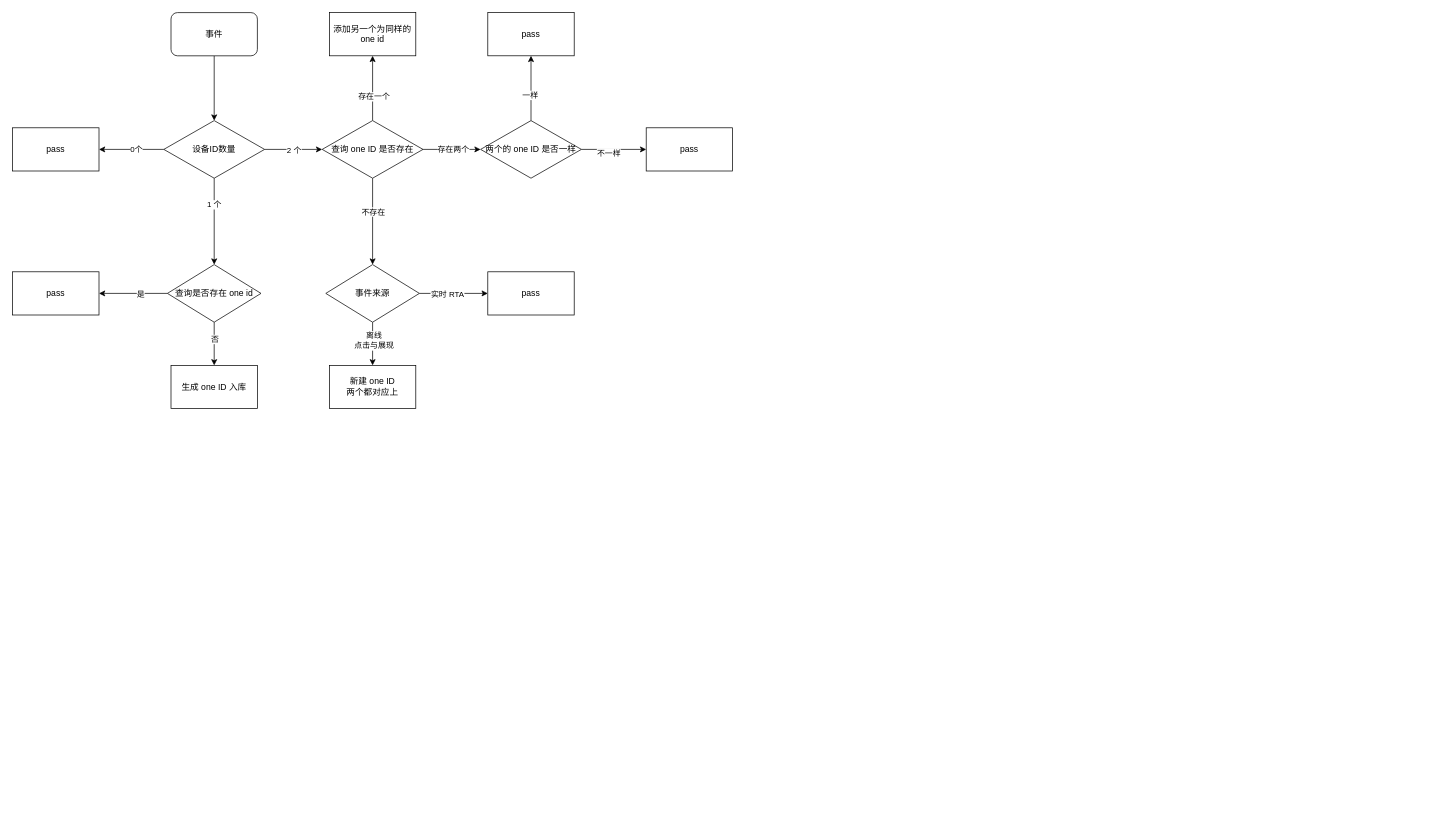
LiErhua/draw.io keeps this draw.io diagram as id-mapping.drawio. Above is the earlier version. Source tidied: cells renumbered, new cells numbered last; positions are measured from the earlier drawing's top-left corner, leaving out a move shared by most shapes. Both pictures are drawn from the tidied source at 72%, with x=0, y=0 at pixel (12, 12).
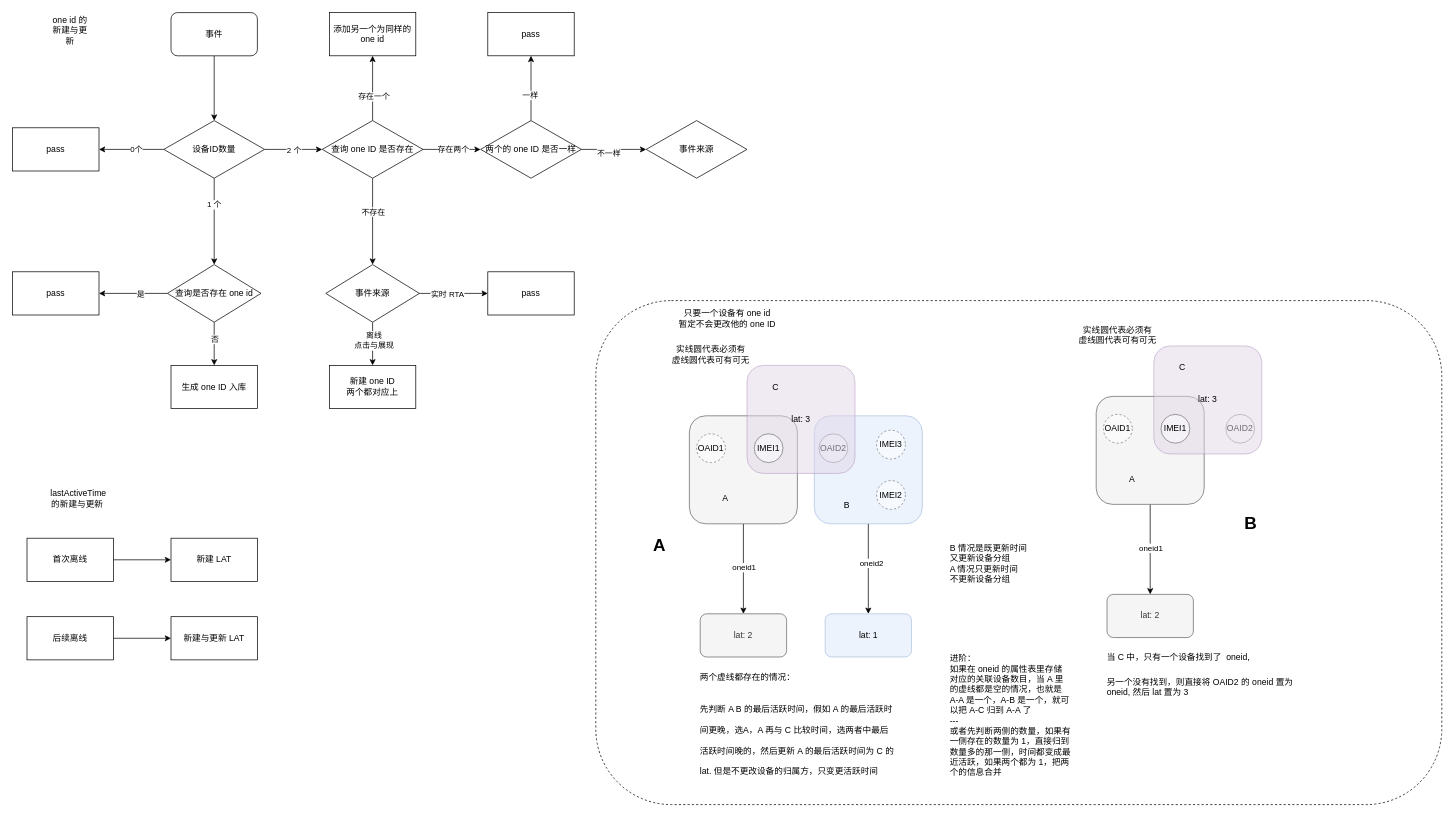
Above is the later version.

The change refers to these unchanged cells:
```xml
<mxCell id="30" value="两个的 one ID 是否一样" style="rhombus;whiteSpace=wrap;html=1;" parent="1" vertex="1">
  <mxGeometry x="650" y="150" width="140" height="80" as="geometry" />
</mxCell>
```

Diff of the diagram source:
```diff
@@
+    <mxCell id="41" style="rounded=1;whiteSpace=wrap;html=1;dashed=1;" parent="1" vertex="1">
+      <mxGeometry x="810" y="400" width="1175" height="700" as="geometry" />
+    </mxCell>
+    <mxCell id="42" style="edgeStyle=orthogonalEdgeStyle;rounded=0;jettySize=auto;html=1;" parent="1" edge="1" source="44" target="62">
+      <mxGeometry relative="1" as="geometry" />
+    </mxCell>
+    <mxCell id="43" value="oneid1" style="edgeLabel;html=1;align=center;verticalAlign=middle;" parent="42" vertex="1">
+      <mxGeometry x="-0.04" relative="1" as="geometry" />
+    </mxCell>
+    <mxCell id="44" style="rounded=1;whiteSpace=wrap;html=1;fillColor=#f5f5f5;fontColor=#333333;strokeColor=#666666;" parent="1" vertex="1">
+      <mxGeometry x="940" y="560" width="150" height="150" as="geometry" />
+    </mxCell>
+    <mxCell id="45" style="edgeStyle=orthogonalEdgeStyle;rounded=0;jettySize=auto;html=1;" parent="1" edge="1" source="47" target="63">
+      <mxGeometry relative="1" as="geometry" />
+    </mxCell>
+    <mxCell id="46" value="oneid2" style="edgeLabel;html=1;align=center;verticalAlign=middle;" parent="45" vertex="1">
+      <mxGeometry x="-0.14" y="4" relative="1" as="geometry" />
+    </mxCell>
+    <mxCell id="47" style="rounded=1;whiteSpace=wrap;html=1;opacity=50;fillColor=#dae8fc;strokeColor=#6c8ebf;" parent="1" vertex="1">
+      <mxGeometry x="1113.5" y="560" width="150" height="150" as="geometry" />
+    </mxCell>
@@
-    <mxCell id="28" style="edgeStyle=orthogonalEdgeStyle;rounded=0;jettySize=auto;html=1;" parent="1" edge="1" source="30" target="32">
-      <mxGeometry relative="1" as="geometry" />
+    <mxCell id="28" style="edgeStyle=orthogonalEdgeStyle;rounded=0;jettySize=auto;html=1;" parent="1" edge="1" source="30">
+      <mxGeometry relative="1" as="geometry">
+        <mxPoint x="880" y="190" as="targetPoint" />
+      </mxGeometry>
     </mxCell>
@@
-    <mxCell id="32" value="pass" style="whiteSpace=wrap;html=1;" parent="1" vertex="1">
-      <mxGeometry x="880" y="160" width="120" height="60" as="geometry" />
-    </mxCell>
@@
+    <mxCell id="48" value="事件来源" style="rhombus;whiteSpace=wrap;html=1;" parent="1" vertex="1">
+      <mxGeometry x="880" y="150" width="140" height="80" as="geometry" />
+    </mxCell>
+    <mxCell id="49" value="one id 的新建与更新" style="text;html=1;strokeColor=none;fillColor=none;align=center;verticalAlign=middle;whiteSpace=wrap;rounded=0;" parent="1" vertex="1">
+      <mxGeometry x="50" y="10" width="60" height="30" as="geometry" />
+    </mxCell>
+    <mxCell id="50" value="&amp;nbsp;lastActiveTime 的新建与更新" style="text;html=1;strokeColor=none;fillColor=none;align=center;verticalAlign=middle;whiteSpace=wrap;rounded=0;" parent="1" vertex="1">
+      <mxGeometry x="60" y="660" width="60" height="30" as="geometry" />
+    </mxCell>
+    <mxCell id="51" style="edgeStyle=orthogonalEdgeStyle;rounded=0;jettySize=auto;html=1;" parent="1" edge="1" source="52" target="53">
+      <mxGeometry relative="1" as="geometry" />
+    </mxCell>
+    <mxCell id="52" value="首次离线" style="rounded=0;whiteSpace=wrap;html=1;" parent="1" vertex="1">
+      <mxGeometry x="20" y="730" width="120" height="60" as="geometry" />
+    </mxCell>
+    <mxCell id="53" value="新建 LAT" style="whiteSpace=wrap;html=1;rounded=0;" parent="1" vertex="1">
+      <mxGeometry x="220" y="730" width="120" height="60" as="geometry" />
+    </mxCell>
+    <mxCell id="54" style="edgeStyle=orthogonalEdgeStyle;rounded=0;jettySize=auto;html=1;" parent="1" edge="1" source="55" target="56">
+      <mxGeometry relative="1" as="geometry" />
+    </mxCell>
+    <mxCell id="55" value="后续离线" style="rounded=0;whiteSpace=wrap;html=1;" parent="1" vertex="1">
+      <mxGeometry x="20" y="839" width="120" height="60" as="geometry" />
+    </mxCell>
+    <mxCell id="56" value="新建与更新 LAT" style="whiteSpace=wrap;html=1;rounded=0;" parent="1" vertex="1">
+      <mxGeometry x="220" y="839" width="120" height="60" as="geometry" />
+    </mxCell>
+    <mxCell id="57" value="OAID1" style="ellipse;whiteSpace=wrap;html=1;opacity=50;dashed=1;" parent="1" vertex="1">
+      <mxGeometry x="950" y="585" width="40" height="40" as="geometry" />
+    </mxCell>
+    <mxCell id="58" value="OAID2" style="ellipse;whiteSpace=wrap;html=1;opacity=50;" parent="1" vertex="1">
+      <mxGeometry x="1120" y="585" width="40" height="40" as="geometry" />
+    </mxCell>
+    <mxCell id="59" value="lat: 3" style="rounded=1;whiteSpace=wrap;html=1;opacity=50;fillColor=#e1d5e7;strokeColor=#9673a6;" parent="1" vertex="1">
+      <mxGeometry x="1020" y="490" width="150" height="150" as="geometry" />
+    </mxCell>
+    <mxCell id="60" value="IMEI2" style="ellipse;whiteSpace=wrap;html=1;opacity=50;dashed=1;" parent="1" vertex="1">
+      <mxGeometry x="1200" y="650" width="40" height="40" as="geometry" />
+    </mxCell>
+    <mxCell id="61" value="IMEI1" style="ellipse;whiteSpace=wrap;html=1;opacity=50;" parent="1" vertex="1">
+      <mxGeometry x="1030" y="585" width="40" height="40" as="geometry" />
+    </mxCell>
+    <mxCell id="62" value="lat: 2" style="whiteSpace=wrap;html=1;fillColor=#f5f5f5;strokeColor=#666666;fontColor=#333333;rounded=1;" parent="1" vertex="1">
+      <mxGeometry x="955" y="835" width="120" height="60" as="geometry" />
+    </mxCell>
+    <mxCell id="63" value="lat: 1" style="whiteSpace=wrap;html=1;fillColor=#dae8fc;strokeColor=#6c8ebf;rounded=1;opacity=50;" parent="1" vertex="1">
+      <mxGeometry x="1128.5" y="835" width="120" height="60" as="geometry" />
+    </mxCell>
+    <mxCell id="64" value="C" style="text;html=1;strokeColor=none;fillColor=none;align=center;verticalAlign=middle;whiteSpace=wrap;rounded=0;opacity=50;" parent="1" vertex="1">
+      <mxGeometry x="1030" y="505" width="60" height="30" as="geometry" />
+    </mxCell>
+    <mxCell id="65" value="A" style="text;html=1;strokeColor=none;fillColor=none;align=center;verticalAlign=middle;whiteSpace=wrap;rounded=0;opacity=50;" parent="1" vertex="1">
+      <mxGeometry x="960" y="660" width="60" height="30" as="geometry" />
+    </mxCell>
+    <mxCell id="66" value="B" style="text;html=1;strokeColor=none;fillColor=none;align=center;verticalAlign=middle;whiteSpace=wrap;rounded=0;opacity=50;" parent="1" vertex="1">
+      <mxGeometry x="1129" y="670" width="60" height="30" as="geometry" />
+    </mxCell>
+    <mxCell id="67" value="实线圆代表必须有&lt;br&gt;虚线圆代表可有可无" style="text;html=1;strokeColor=none;fillColor=none;align=center;verticalAlign=middle;whiteSpace=wrap;rounded=0;dashed=1;opacity=50;" parent="1" vertex="1">
+      <mxGeometry x="905" y="460" width="130" height="30" as="geometry" />
+    </mxCell>
+    <mxCell id="68" value="&lt;h1&gt;&lt;span style=&quot;font-size: 12px ; font-weight: 400&quot;&gt;两个虚线都存在的情况：&lt;/span&gt;&lt;/h1&gt;&lt;h1&gt;&lt;span style=&quot;font-size: 12px ; font-weight: normal&quot;&gt;先判断 A B 的最后活跃时间，假如 A 的最后活跃时间更晚，选A，A 再与 C 比较时间，选两者中最后活跃时间晚的，然后更新 A 的最后活跃时间为 C 的 lat. 但是不更改设备的归属方，只变更活跃时间&lt;/span&gt;&lt;br&gt;&lt;/h1&gt;" style="text;html=1;strokeColor=none;fillColor=none;spacing=5;spacingTop=-20;whiteSpace=wrap;overflow=hidden;rounded=0;dashed=1;opacity=50;" parent="1" vertex="1">
+      <mxGeometry x="950" y="899" width="280" height="175" as="geometry" />
+    </mxCell>
+    <mxCell id="69" value="只要一个设备有 one id&amp;nbsp;&lt;br&gt;暂定不会更改他的 one ID&amp;nbsp;" style="text;html=1;strokeColor=none;fillColor=none;align=center;verticalAlign=middle;whiteSpace=wrap;rounded=0;dashed=1;" parent="1" vertex="1">
+      <mxGeometry x="914" y="410" width="161" height="30" as="geometry" />
+    </mxCell>
+    <mxCell id="70" value="IMEI3" style="ellipse;whiteSpace=wrap;html=1;opacity=50;dashed=1;" parent="1" vertex="1">
+      <mxGeometry x="1200" y="580" width="40" height="40" as="geometry" />
+    </mxCell>
+    <mxCell id="71" style="edgeStyle=orthogonalEdgeStyle;rounded=0;jettySize=auto;html=1;" parent="1" edge="1" source="73" target="78">
+      <mxGeometry relative="1" as="geometry" />
+    </mxCell>
+    <mxCell id="72" value="oneid1" style="edgeLabel;html=1;align=center;verticalAlign=middle;" parent="71" vertex="1">
+      <mxGeometry x="-0.04" relative="1" as="geometry" />
+    </mxCell>
+    <mxCell id="73" style="rounded=1;whiteSpace=wrap;html=1;fillColor=#f5f5f5;fontColor=#333333;strokeColor=#666666;" parent="1" vertex="1">
+      <mxGeometry x="1505" y="533" width="150" height="150" as="geometry" />
+    </mxCell>
+    <mxCell id="74" value="OAID1" style="ellipse;whiteSpace=wrap;html=1;opacity=50;dashed=1;" parent="1" vertex="1">
+      <mxGeometry x="1515" y="558" width="40" height="40" as="geometry" />
+    </mxCell>
+    <mxCell id="75" value="OAID2" style="ellipse;whiteSpace=wrap;html=1;opacity=50;" parent="1" vertex="1">
+      <mxGeometry x="1685" y="558" width="40" height="40" as="geometry" />
+    </mxCell>
+    <mxCell id="76" value="lat: 3" style="rounded=1;whiteSpace=wrap;html=1;opacity=50;fillColor=#e1d5e7;strokeColor=#9673a6;" parent="1" vertex="1">
+      <mxGeometry x="1585" y="463" width="150" height="150" as="geometry" />
+    </mxCell>
+    <mxCell id="77" value="IMEI1" style="ellipse;whiteSpace=wrap;html=1;opacity=50;" parent="1" vertex="1">
+      <mxGeometry x="1595" y="558" width="40" height="40" as="geometry" />
+    </mxCell>
+    <mxCell id="78" value="lat: 2" style="whiteSpace=wrap;html=1;fillColor=#f5f5f5;strokeColor=#666666;fontColor=#333333;rounded=1;" parent="1" vertex="1">
+      <mxGeometry x="1520" y="808" width="120" height="60" as="geometry" />
+    </mxCell>
+    <mxCell id="79" value="C" style="text;html=1;strokeColor=none;fillColor=none;align=center;verticalAlign=middle;whiteSpace=wrap;rounded=0;opacity=50;" parent="1" vertex="1">
+      <mxGeometry x="1595" y="478" width="60" height="30" as="geometry" />
+    </mxCell>
+    <mxCell id="80" value="A" style="text;html=1;strokeColor=none;fillColor=none;align=center;verticalAlign=middle;whiteSpace=wrap;rounded=0;opacity=50;" parent="1" vertex="1">
+      <mxGeometry x="1525" y="633" width="60" height="30" as="geometry" />
+    </mxCell>
+    <mxCell id="81" value="实线圆代表必须有&lt;br&gt;虚线圆代表可有可无" style="text;html=1;strokeColor=none;fillColor=none;align=center;verticalAlign=middle;whiteSpace=wrap;rounded=0;dashed=1;opacity=50;" parent="1" vertex="1">
+      <mxGeometry x="1470" y="433" width="130" height="30" as="geometry" />
+    </mxCell>
+    <mxCell id="82" value="&lt;h1&gt;&lt;span style=&quot;font-size: 12px ; font-weight: 400&quot;&gt;当 C 中，只有一个设备找到了&amp;nbsp; oneid,&lt;/span&gt;&lt;/h1&gt;&lt;div&gt;另一个没有找到，则直接将 OAID2 的 oneid 置为&lt;/div&gt;&lt;div&gt;oneid, 然后 lat 置为 3&lt;/div&gt;" style="text;html=1;strokeColor=none;fillColor=none;spacing=5;spacingTop=-20;whiteSpace=wrap;overflow=hidden;rounded=0;dashed=1;opacity=50;" parent="1" vertex="1">
+      <mxGeometry x="1515" y="872" width="280" height="175" as="geometry" />
+    </mxCell>
+    <mxCell id="83" value="&lt;h1&gt;A&lt;/h1&gt;&lt;p&gt;&lt;br&gt;&lt;/p&gt;" style="text;html=1;strokeColor=none;fillColor=none;spacing=5;spacingTop=-20;whiteSpace=wrap;overflow=hidden;rounded=0;dashed=1;" parent="1" vertex="1">
+      <mxGeometry x="885" y="720" width="29" height="40" as="geometry" />
+    </mxCell>
+    <mxCell id="84" value="&lt;h1&gt;B&lt;/h1&gt;&lt;p&gt;&lt;br&gt;&lt;/p&gt;" style="text;html=1;strokeColor=none;fillColor=none;spacing=5;spacingTop=-20;whiteSpace=wrap;overflow=hidden;rounded=0;dashed=1;" parent="1" vertex="1">
+      <mxGeometry x="1706" y="690" width="29" height="40" as="geometry" />
+    </mxCell>
+    <mxCell id="85" value="B 情况是既更新时间&lt;br&gt;又更新设备分组&lt;br&gt;A 情况只更新时间&lt;br&gt;&lt;div&gt;&lt;span&gt;不更新设备分组&lt;/span&gt;&lt;/div&gt;" style="text;html=1;strokeColor=none;fillColor=none;align=left;verticalAlign=middle;whiteSpace=wrap;rounded=0;dashed=1;" parent="1" vertex="1">
+      <mxGeometry x="1300" y="720" width="170" height="90" as="geometry" />
+    </mxCell>
+    <mxCell id="86" value="进阶：&lt;br&gt;如果在 oneid 的属性表里存储&lt;br&gt;对应的关联设备数目，当 A 里的虚线都是空的情况，也就是 A-A 是一个，A-B 是一个，就可以把 A-C 归到 A-A 了&lt;br&gt;---&lt;br&gt;或者先判断两侧的数量，如果有一侧存在的数量为 1，直接归到数量多的那一侧，时间都变成最近活跃，如果两个都为 1，把两个的信息合并" style="text;html=1;strokeColor=none;fillColor=none;align=left;verticalAlign=middle;whiteSpace=wrap;rounded=0;dashed=1;" parent="1" vertex="1">
+      <mxGeometry x="1300" y="872" width="170" height="208" as="geometry" />
+    </mxCell>
```
